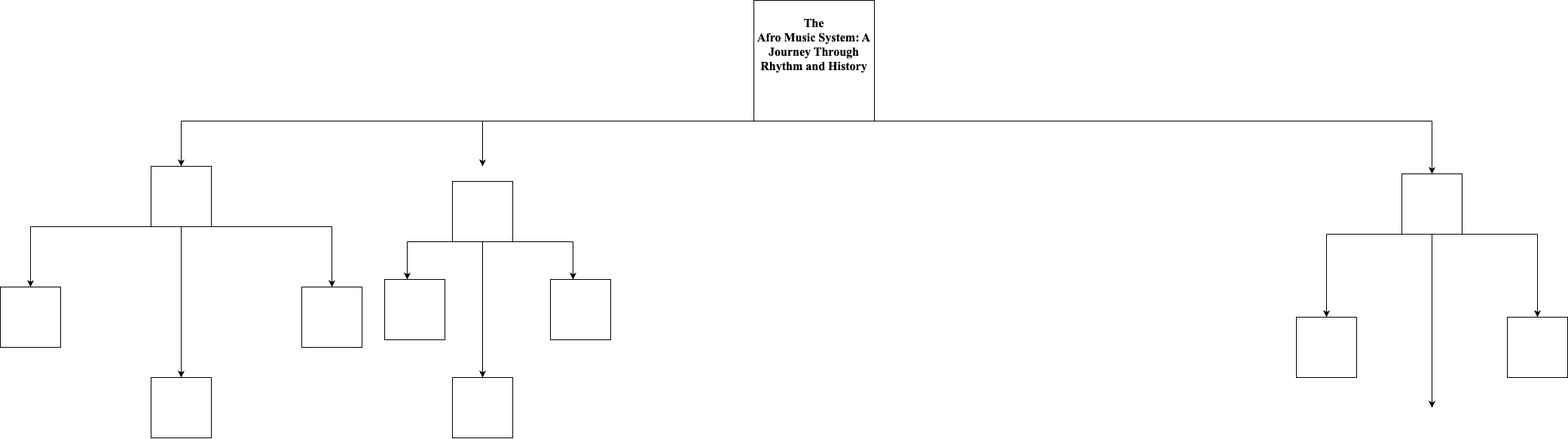
This is AFM.drawio.png from Kai39d/Hello-World, a draw.io export, as it was before one commit. Source tidied: cells renumbered, new cells last; positions are measured from the earlier drawing's top-left corner, leaving out a move shared by most shapes.
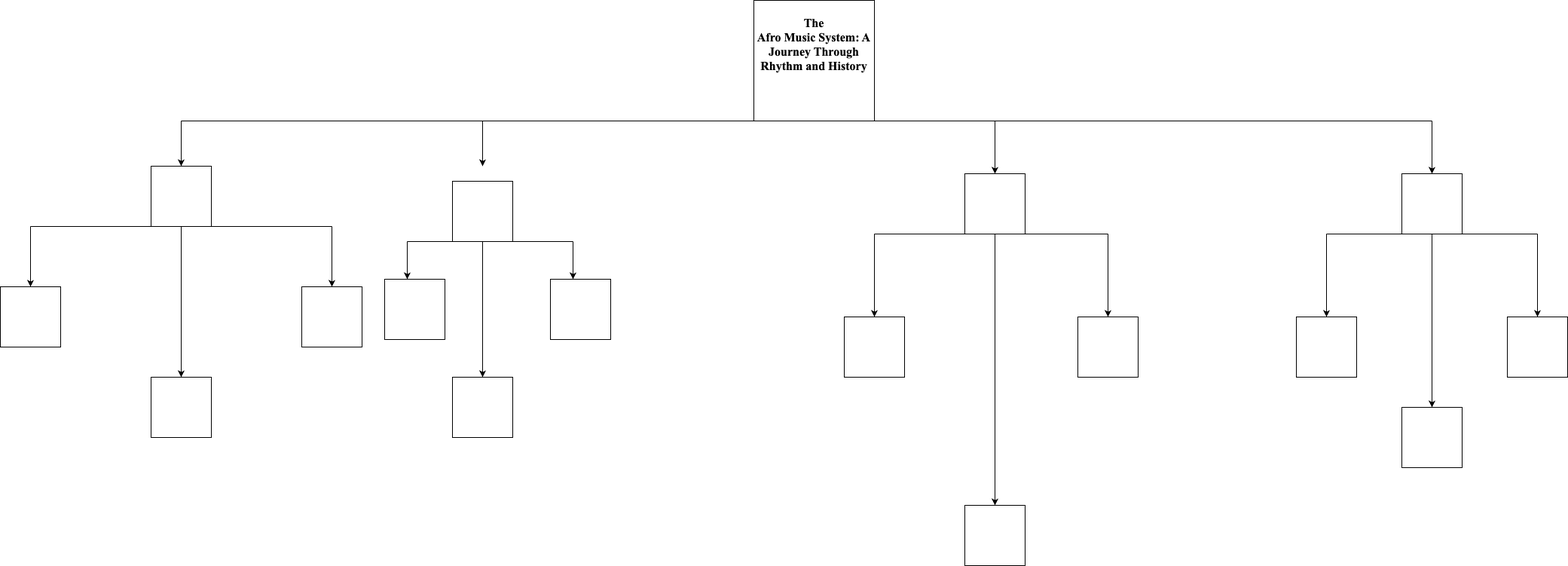
The same file after the commit.

Diff of the diagram source:
```diff
@@ -3,7 +3,7 @@
     <mxCell id="0" />
     <mxCell id="1" parent="0" />
     <mxCell id="2" style="group;" parent="1" vertex="1">
-      <mxGeometry x="640" width="880" height="300" as="geometry" />
+      <mxGeometry x="640" width="880" height="310" as="geometry" />
     </mxCell>
     <mxCell id="3" value="&#10;&lt;b&gt;&lt;span style=&quot;font-size:12.0pt;font-family:&amp;quot;Times New Roman&amp;quot;,serif;&#10;mso-fareast-font-family:&amp;quot;Times New Roman&amp;quot;;color:black;mso-themecolor:text1;&#10;background:yellow;mso-highlight:yellow;mso-font-kerning:0pt;mso-ligatures:none;&#10;mso-ansi-language:EN-US;mso-fareast-language:EN-US;mso-bidi-language:AR-SA&quot;&gt;The&#10;Afro Music System: A Journey Through Rhythm and History&lt;/span&gt;&lt;/b&gt;&#10;&#10;&#10;&#10;" style="whiteSpace=wrap;html=1;" parent="2" vertex="1">
       <mxGeometry x="360" width="160" height="160" as="geometry" />
@@ -32,6 +32,9 @@
         <mxPoint x="-400" y="160" as="sourcePoint" />
       </mxGeometry>
     </mxCell>
+    <mxCell id="35" style="whiteSpace=wrap;html=1;" parent="2" vertex="1">
+      <mxGeometry x="640" y="230" width="80" height="80" as="geometry" />
+    </mxCell>
     <mxCell id="9" style="endArrow=none;html=1;rounded=0;entryX=1;entryY=1;entryDx=0;entryDy=0;" parent="1" edge="1" target="23">
       <mxGeometry relative="1" as="geometry">
         <mxPoint x="440" y="300" as="sourcePoint" />
@@ -151,5 +154,51 @@
         <mxPoint x="1900" y="540" as="targetPoint" />
       </mxGeometry>
     </mxCell>
+    <mxCell id="36" style="whiteSpace=wrap;html=1;" parent="1" vertex="1">
+      <mxGeometry x="1860" y="540" width="80" height="80" as="geometry" />
+    </mxCell>
+    <mxCell id="37" style="endArrow=classic;html=1;rounded=0;" parent="1" edge="1">
+      <mxGeometry relative="1" as="geometry">
+        <mxPoint x="1320" y="160" as="sourcePoint" />
+        <mxPoint x="1320" y="230" as="targetPoint" />
+      </mxGeometry>
+    </mxCell>
+    <mxCell id="38" style="whiteSpace=wrap;html=1;" parent="1" vertex="1">
+      <mxGeometry x="1120" y="420" width="80" height="80" as="geometry" />
+    </mxCell>
+    <mxCell id="39" style="endArrow=none;html=1;rounded=0;entryX=0;entryY=1;entryDx=0;entryDy=0;" parent="1" edge="1" target="35">
+      <mxGeometry relative="1" as="geometry">
+        <mxPoint x="1160" y="310" as="sourcePoint" />
+      </mxGeometry>
+    </mxCell>
+    <mxCell id="40" style="endArrow=classic;html=1;rounded=0;" parent="1" edge="1">
+      <mxGeometry relative="1" as="geometry">
+        <mxPoint x="1160" y="310" as="sourcePoint" />
+        <mxPoint x="1160" y="420" as="targetPoint" />
+      </mxGeometry>
+    </mxCell>
+    <mxCell id="41" style="endArrow=none;html=1;rounded=0;entryX=1;entryY=1;entryDx=0;entryDy=0;" parent="1" edge="1" target="35">
+      <mxGeometry relative="1" as="geometry">
+        <mxPoint x="1470" y="310" as="sourcePoint" />
+      </mxGeometry>
+    </mxCell>
+    <mxCell id="42" style="endArrow=classic;html=1;rounded=0;" parent="1" edge="1">
+      <mxGeometry relative="1" as="geometry">
+        <mxPoint x="1470" y="310" as="sourcePoint" />
+        <mxPoint x="1470" y="420" as="targetPoint" />
+      </mxGeometry>
+    </mxCell>
+    <mxCell id="43" style="whiteSpace=wrap;html=1;" parent="1" vertex="1">
+      <mxGeometry x="1430" y="420" width="80" height="80" as="geometry" />
+    </mxCell>
+    <mxCell id="44" style="endArrow=classic;html=1;rounded=0;" parent="1" edge="1">
+      <mxGeometry relative="1" as="geometry">
+        <mxPoint x="1320" y="310" as="sourcePoint" />
+        <mxPoint x="1320" y="670" as="targetPoint" />
+      </mxGeometry>
+    </mxCell>
+    <mxCell id="45" style="whiteSpace=wrap;html=1;" parent="1" vertex="1">
+      <mxGeometry x="1280" y="670" width="80" height="80" as="geometry" />
+    </mxCell>
   </root>
 </mxGraphModel>
```
